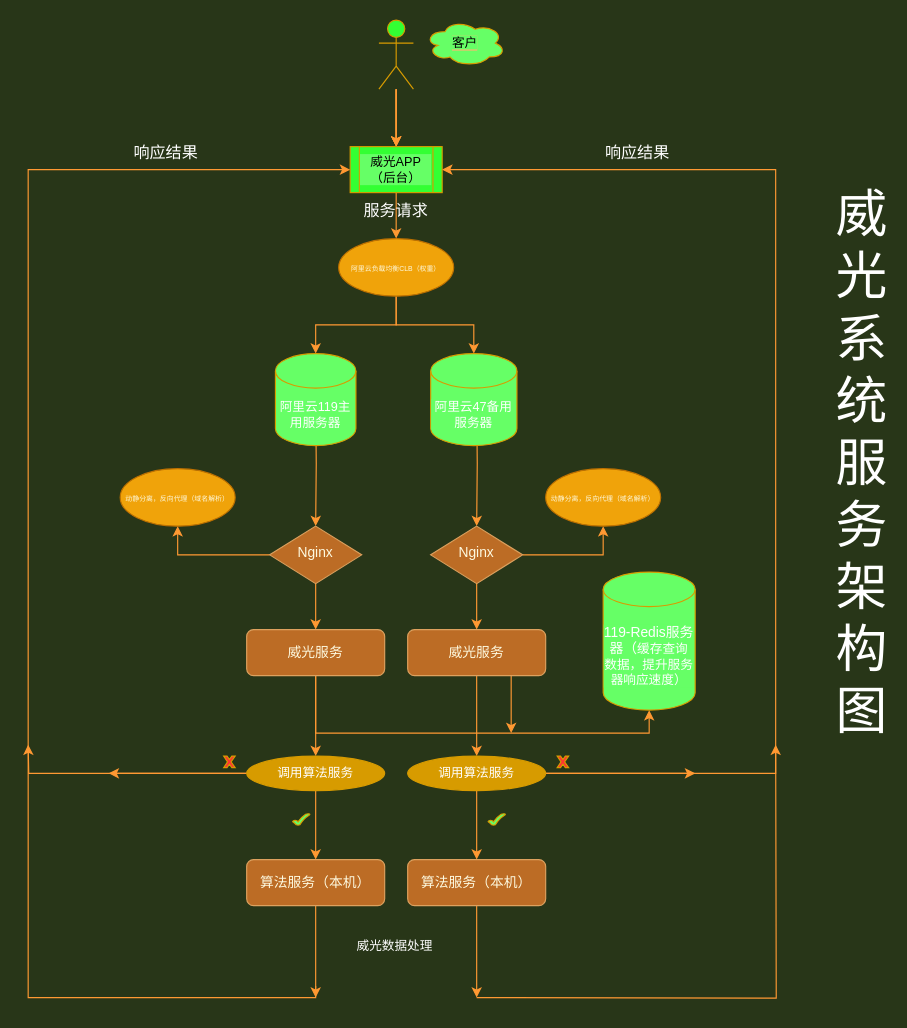
Above: Untitled Diagram.drawio in ModestMrD/draw (draw.io), before the change. Source tidied: cells renumbered, new cells numbered last; positions are measured from the earlier drawing's top-left corner, leaving out a move shared by most shapes. Both pictures are drawn from the tidied source at 115%, with x=0, y=0 at pixel (28, 20).
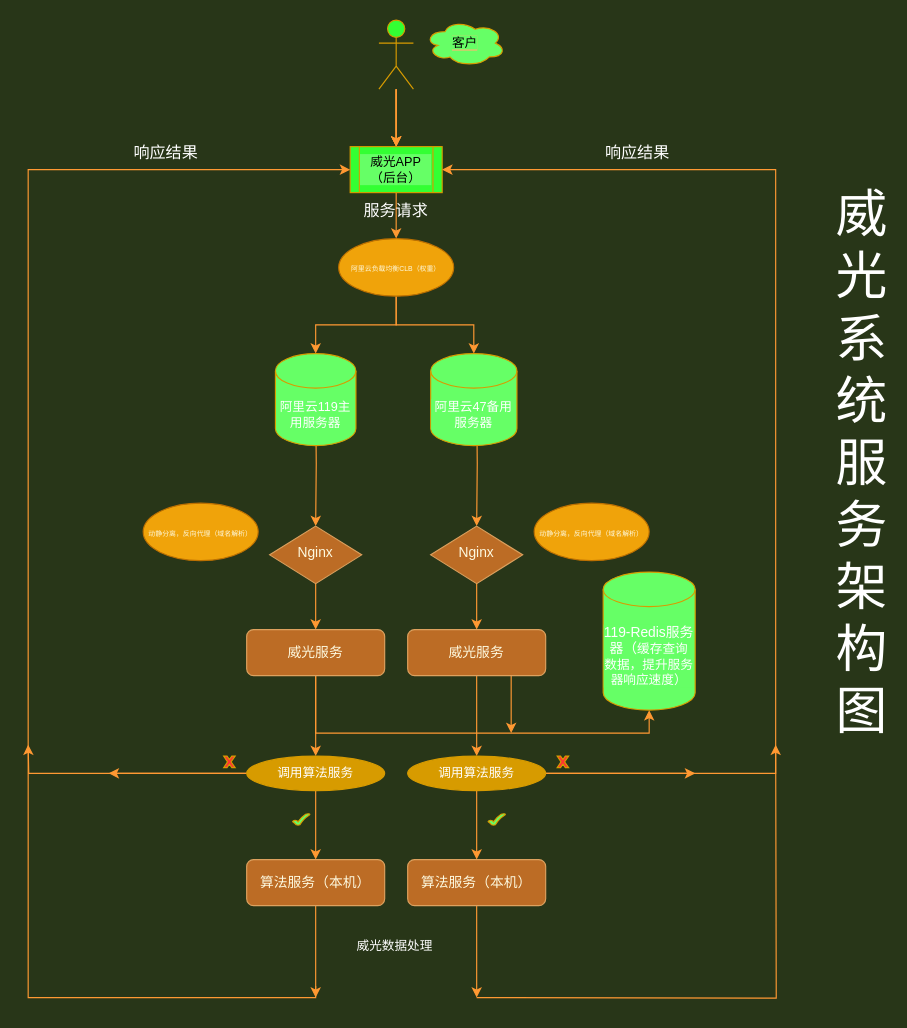
The same diagram, later.

Unchanged cells that the change refers to:
```xml
<mxCell id="5" value="Nginx" style="rhombus;whiteSpace=wrap;html=1;shadow=0;fontFamily=Helvetica;fontSize=12;align=center;strokeWidth=1;spacing=6;spacingTop=-4;fillColor=#BC6C25;strokeColor=#DDA15E;fontColor=#FEFAE0;" parent="1" vertex="1">
  <mxGeometry x="210" y="440" width="80" height="50" as="geometry" />
</mxCell>
<mxCell id="15" value="Nginx" style="rhombus;whiteSpace=wrap;html=1;shadow=0;fontFamily=Helvetica;fontSize=12;align=center;strokeWidth=1;spacing=6;spacingTop=-4;fillColor=#BC6C25;strokeColor=#DDA15E;fontColor=#FEFAE0;" parent="1" vertex="1">
  <mxGeometry x="350" y="440" width="80" height="50" as="geometry" />
</mxCell>
```

Change to the diagram source:
```diff
@@
-    <mxCell id="4" style="edgeStyle=orthogonalEdgeStyle;rounded=0;jettySize=auto;html=1;entryX=0.5;entryY=1;entryDx=0;entryDy=0;fontSize=11;fontColor=#000000;strokeColor=#FF9933;" parent="1" edge="1" source="5" target="30">
-      <mxGeometry relative="1" as="geometry" />
-    </mxCell>
@@
-    <mxCell id="14" style="edgeStyle=orthogonalEdgeStyle;rounded=0;jettySize=auto;html=1;entryX=0.5;entryY=1;entryDx=0;entryDy=0;fontSize=11;fontColor=#FFFFFF;strokeColor=#FF9933;" parent="1" edge="1" source="15" target="20">
-      <mxGeometry relative="1" as="geometry" />
-    </mxCell>
@@
     <mxCell id="20" value="&lt;font color=&quot;#fefae0&quot;&gt;&lt;span style=&quot;font-size: 6px&quot;&gt;动静分离，反向代理（域名解析）&lt;/span&gt;&lt;/font&gt;" style="ellipse;whiteSpace=wrap;html=1;fillColor=#f0a30a;strokeColor=#BD7000;fontColor=#000000;" parent="1" vertex="1">
-      <mxGeometry x="450" y="390" width="100" height="50" as="geometry" />
+      <mxGeometry x="440" y="420" width="100" height="50" as="geometry" />
     </mxCell>
@@
     <mxCell id="30" value="&lt;font color=&quot;#fefae0&quot;&gt;&lt;span style=&quot;font-size: 6px&quot;&gt;动静分离，反向代理（域名解析）&lt;/span&gt;&lt;/font&gt;" style="ellipse;whiteSpace=wrap;html=1;fillColor=#f0a30a;strokeColor=#BD7000;fontColor=#000000;" parent="1" vertex="1">
-      <mxGeometry x="80" y="390" width="100" height="50" as="geometry" />
+      <mxGeometry x="100" y="420" width="100" height="50" as="geometry" />
     </mxCell>
```
